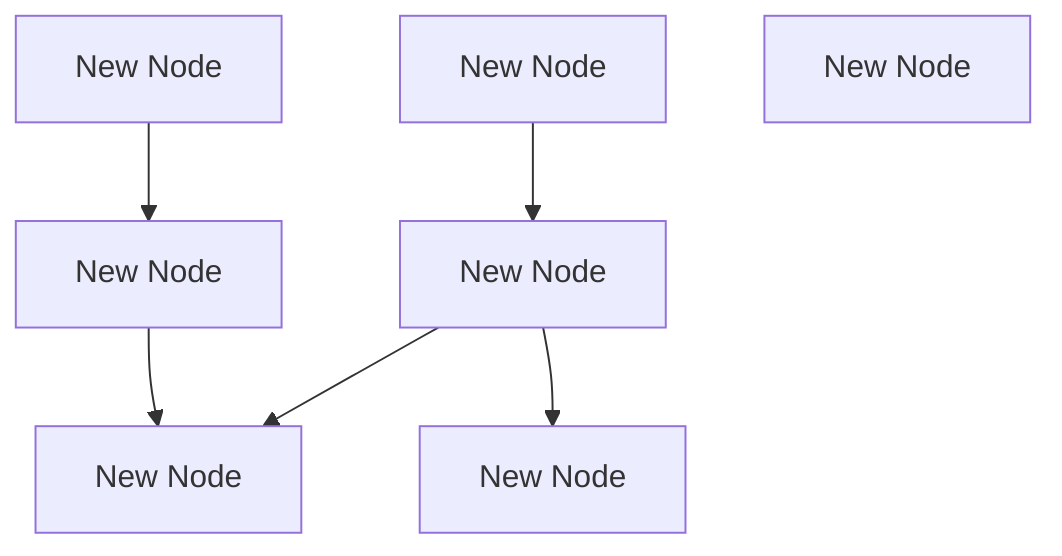
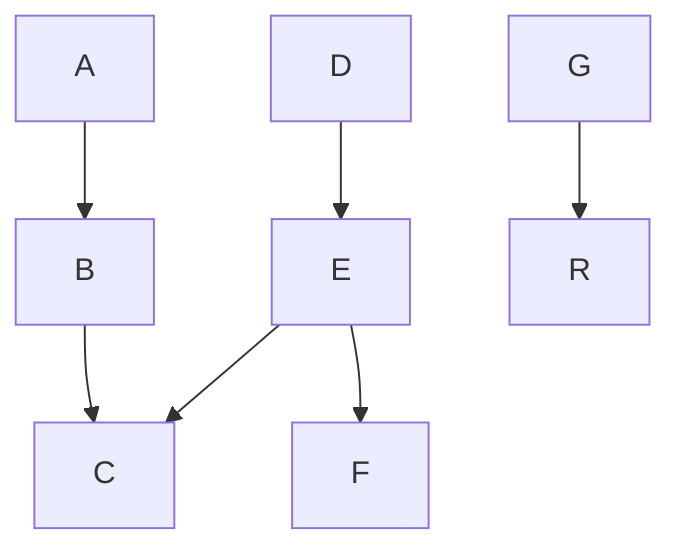
graph TB
-     node_1[New Node]
-     node_2[New Node]
-     node_3[New Node]
-     node_4[New Node]
-     node_5[New Node]
-     node_6[New Node]
-     node_7[New Node]
+     node_1[C]
+     node_2[A]
+     node_3[D]
+     node_4[E]
+     node_6[B]
+     node_7[F]
+     node_1778319364182[G]
+     node_1778319442618[R]
    node_2--> node_6
    node_6--> node_1
    node_3--> node_4
    node_4--> node_1
-     node_4--> node_7+     node_4--> node_7
+     node_1778319364182--> node_1778319442618